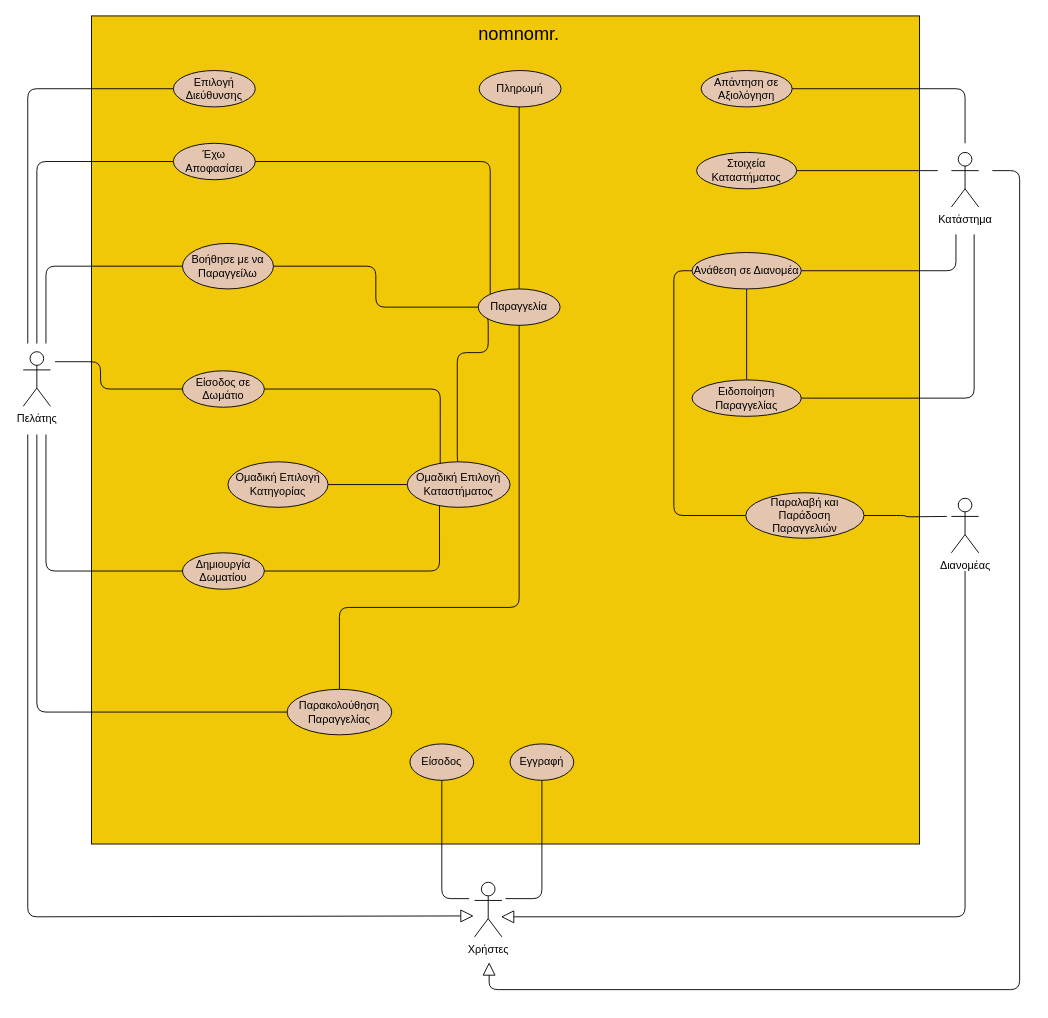
iloudaros/nomnomr keeps this draw.io diagram as docs/contributions/iloudaros/Diagrams/Use Case Diagram/Use Case Diagram.drawio. Above is the earlier version. Source tidied: cells renumbered, new cells numbered last; positions are measured from the earlier drawing's top-left corner, leaving out a move shared by most shapes. Both pictures are drawn from the tidied source at 91%, with x=0, y=0 at pixel (23, 15).
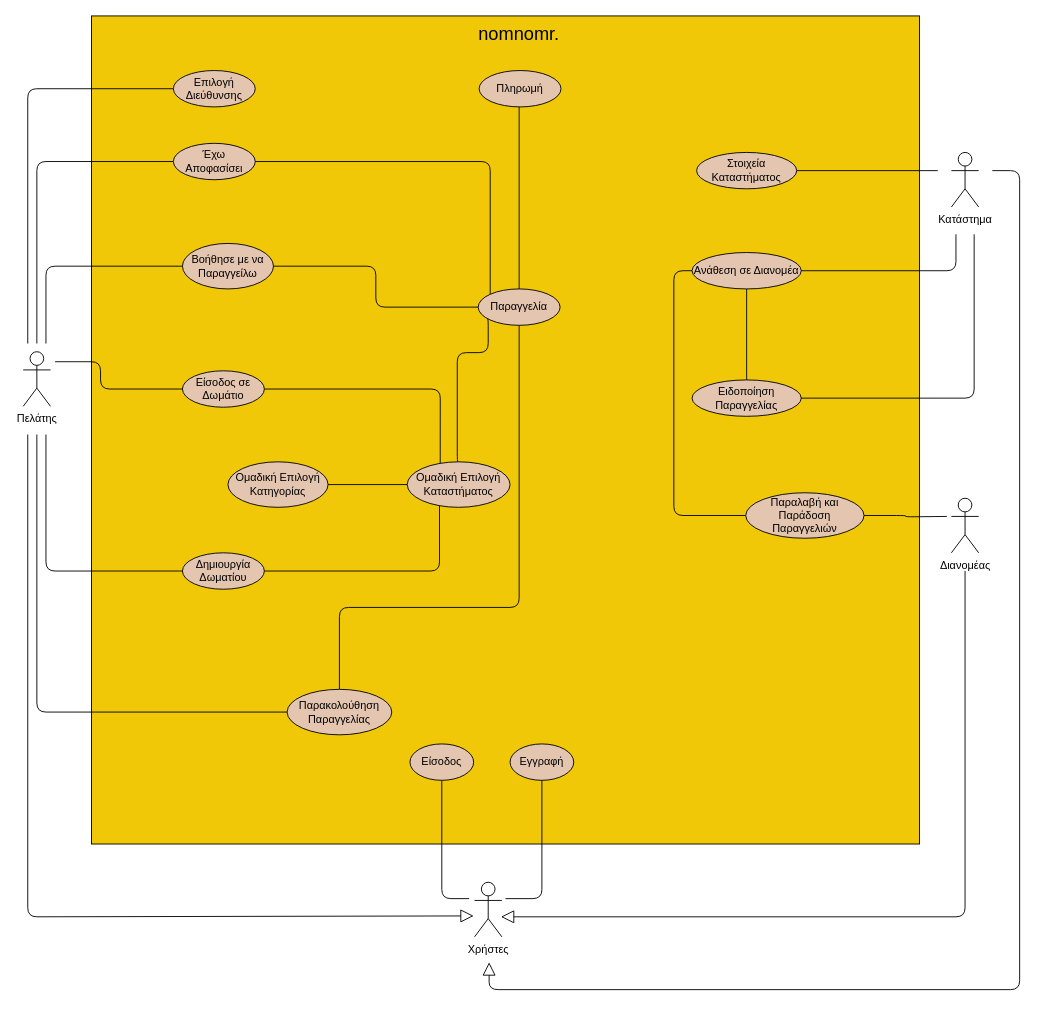
After the change.

What changed in the source:
```diff
@@
-    <mxCell id="27" value="Απάντηση σε Αξιολόγηση" style="ellipse;whiteSpace=wrap;html=1;fillColor=#E4C5AF;fontFamily=Helvetica;" parent="1" vertex="1">
-      <mxGeometry x="745" y="60" width="100" height="40" as="geometry" />
-    </mxCell>
-    <mxCell id="28" style="edgeStyle=orthogonalEdgeStyle;html=1;endArrow=none;verticalAlign=bottom;rounded=1;exitX=1;exitY=0.5;exitDx=0;exitDy=0;jumpStyle=arc;fontFamily=Helvetica;" parent="1" edge="1" source="27">
-      <mxGeometry relative="1" as="geometry">
-        <mxPoint x="1035" y="140" as="targetPoint" />
-        <Array as="points">
-          <mxPoint x="1035" y="80" />
-        </Array>
-      </mxGeometry>
-    </mxCell>
```
